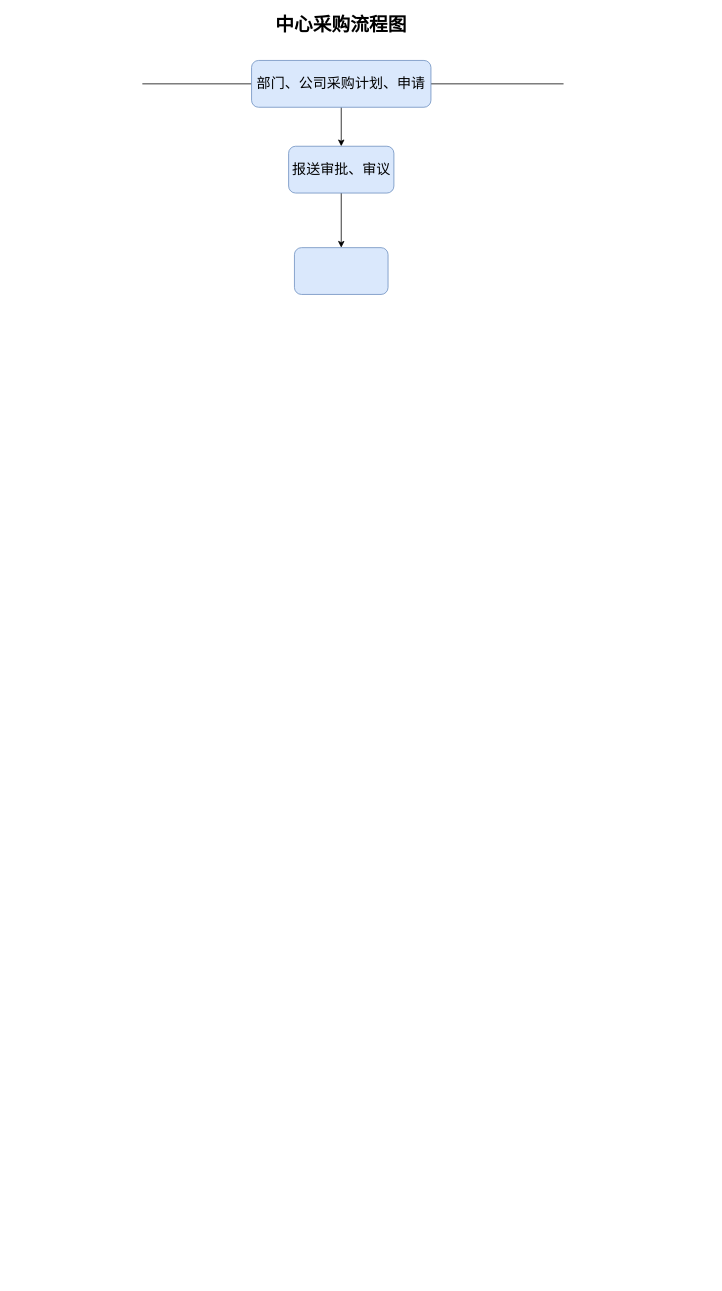
The draw.io diagram 111.drawio in redcomet88/androiddemo, before the edit. Source tidied: cells renumbered, new cells numbered last; positions are measured from the earlier drawing's top-left corner, leaving out a move shared by most shapes. Both pictures are drawn from the tidied source at 78%, with x=0, y=0 at pixel (142, 13).
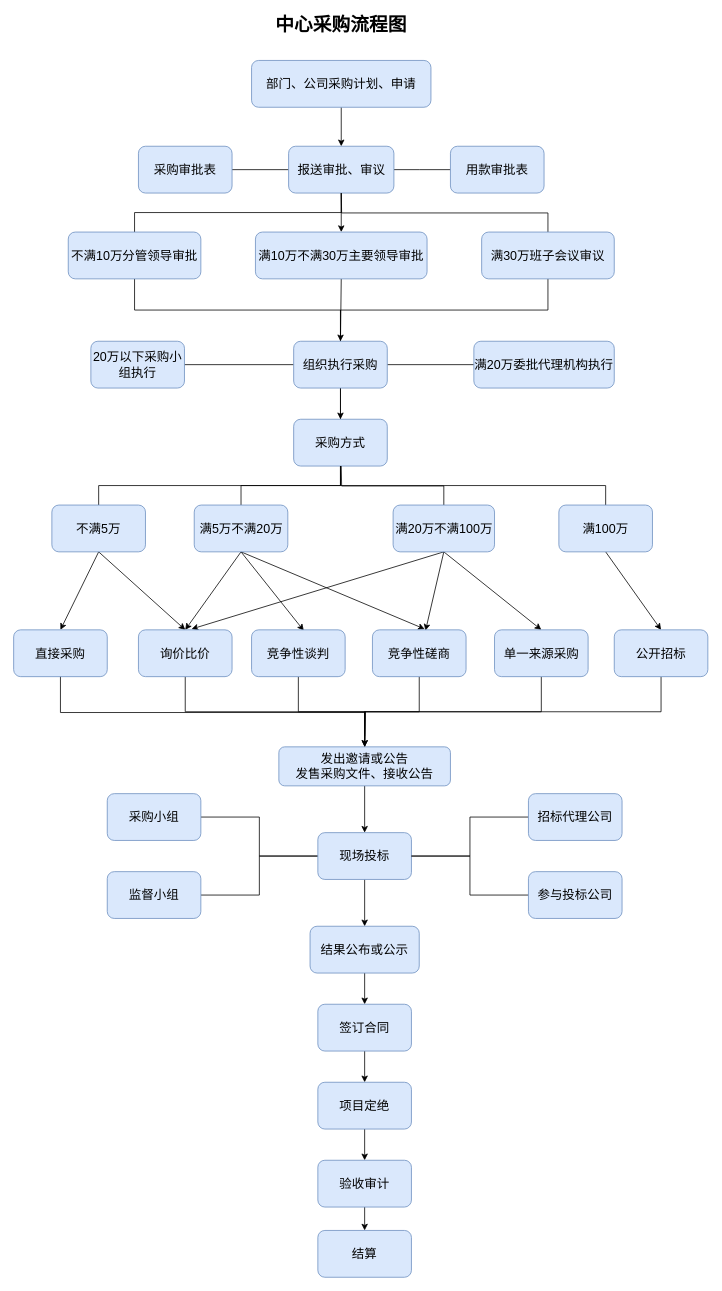
Above is the later version.

The edit, as a diff of the source:
```diff
@@
-    <mxCell id="3" style="edgeStyle=none;rounded=0;jettySize=auto;html=1;exitX=0;exitY=0.5;exitDx=0;exitDy=0;fontSize=18;endArrow=none;endFill=0;" parent="1" edge="1" source="5">
-      <mxGeometry relative="1" as="geometry">
-        <mxPoint y="90" as="targetPoint" />
-      </mxGeometry>
-    </mxCell>
-    <mxCell id="4" style="edgeStyle=none;rounded=0;jettySize=auto;html=1;exitX=1;exitY=0.5;exitDx=0;exitDy=0;fontSize=18;endArrow=none;endFill=0;" parent="1" edge="1" source="5">
-      <mxGeometry relative="1" as="geometry">
-        <mxPoint x="540" y="90" as="targetPoint" />
-      </mxGeometry>
-    </mxCell>
-    <mxCell id="5" value="&lt;font style=&quot;font-size: 18px&quot;&gt;部门、公司采购计划、申请&lt;/font&gt;" style="rounded=1;whiteSpace=wrap;html=1;fillColor=#dae8fc;strokeColor=#6c8ebf;" parent="1" vertex="1">
+    <mxCell id="5" value="&lt;font style=&quot;font-size: 16px&quot;&gt;部门、公司采购计划、申请&lt;/font&gt;" style="rounded=1;whiteSpace=wrap;html=1;fillColor=#dae8fc;strokeColor=#6c8ebf;" parent="1" vertex="1">
       <mxGeometry x="140" y="60" width="230" height="60" as="geometry" />
     </mxCell>
+    <mxCell id="10" style="edgeStyle=none;rounded=0;jettySize=auto;html=1;exitX=1;exitY=0.5;exitDx=0;exitDy=0;entryX=0;entryY=0.5;entryDx=0;entryDy=0;fontSize=18;endArrow=none;endFill=0;" parent="1" edge="1" source="7" target="14">
+      <mxGeometry relative="1" as="geometry">
+        <Array as="points">
+          <mxPoint x="355" y="200" />
+        </Array>
+      </mxGeometry>
+    </mxCell>
+    <mxCell id="11" style="edgeStyle=none;rounded=0;jettySize=auto;html=1;exitX=0;exitY=0.5;exitDx=0;exitDy=0;entryX=1;entryY=0.5;entryDx=0;entryDy=0;fontSize=18;endArrow=none;endFill=0;" parent="1" edge="1" source="7" target="13">
+      <mxGeometry relative="1" as="geometry" />
+    </mxCell>
-    <mxCell id="6" style="edgeStyle=orthogonalEdgeStyle;rounded=0;jettySize=auto;html=1;exitX=0.5;exitY=1;exitDx=0;exitDy=0;entryX=0.5;entryY=0;entryDx=0;entryDy=0;" parent="1" edge="1" source="7" target="8">
+    <mxCell id="6" style="edgeStyle=none;rounded=0;jettySize=auto;html=1;exitX=0.5;exitY=1;exitDx=0;exitDy=0;entryX=0.5;entryY=0;entryDx=0;entryDy=0;fontSize=18;endArrow=classic;endFill=1;" parent="1" edge="1" source="7" target="8">
       <mxGeometry relative="1" as="geometry" />
     </mxCell>
-    <mxCell id="7" value="&lt;font style=&quot;font-size: 18px&quot;&gt;报送审批、审议&lt;/font&gt;" style="rounded=1;whiteSpace=wrap;html=1;fillColor=#dae8fc;strokeColor=#6c8ebf;" parent="1" vertex="1">
+    <mxCell id="7" value="&lt;font style=&quot;font-size: 16px&quot;&gt;报送审批、审议&lt;/font&gt;" style="rounded=1;whiteSpace=wrap;html=1;fillColor=#dae8fc;strokeColor=#6c8ebf;" parent="1" vertex="1">
       <mxGeometry x="187.5" y="170" width="135" height="60" as="geometry" />
     </mxCell>
+    <mxCell id="12" style="edgeStyle=none;rounded=0;jettySize=auto;html=1;exitX=0.5;exitY=1;exitDx=0;exitDy=0;fontSize=16;endArrow=classic;endFill=1;entryX=0.5;entryY=0;entryDx=0;entryDy=0;" parent="1" edge="1" source="8" target="25">
+      <mxGeometry relative="1" as="geometry" />
+    </mxCell>
-    <mxCell id="8" style="rounded=1;whiteSpace=wrap;html=1;fillColor=#dae8fc;strokeColor=#6c8ebf;" parent="1" vertex="1">
-      <mxGeometry x="195" y="300" width="120" height="60" as="geometry" />
+    <mxCell id="8" value="&lt;font style=&quot;font-size: 16px&quot;&gt;满10万不满30万主要领导审批&lt;/font&gt;" style="rounded=1;whiteSpace=wrap;html=1;fillColor=#dae8fc;strokeColor=#6c8ebf;" parent="1" vertex="1">
+      <mxGeometry x="145" y="280" width="220" height="60" as="geometry" />
     </mxCell>
@@
+    <mxCell id="13" value="&lt;font style=&quot;font-size: 16px&quot;&gt;采购审批表&lt;/font&gt;" style="rounded=1;whiteSpace=wrap;html=1;fontSize=18;fillColor=#dae8fc;strokeColor=#6c8ebf;" parent="1" vertex="1">
+      <mxGeometry x="-5" y="170" width="120" height="60" as="geometry" />
+    </mxCell>
+    <mxCell id="14" value="&lt;font style=&quot;font-size: 16px&quot;&gt;用款审批表&lt;/font&gt;" style="rounded=1;whiteSpace=wrap;html=1;fontSize=18;fillColor=#dae8fc;strokeColor=#6c8ebf;" parent="1" vertex="1">
+      <mxGeometry x="395" y="170" width="120" height="60" as="geometry" />
+    </mxCell>
+    <mxCell id="15" style="edgeStyle=orthogonalEdgeStyle;rounded=0;jettySize=auto;html=1;exitX=0.5;exitY=0;exitDx=0;exitDy=0;fontSize=16;endArrow=none;endFill=0;entryX=0.5;entryY=1;entryDx=0;entryDy=0;" parent="1" edge="1" source="17" target="7">
+      <mxGeometry relative="1" as="geometry" />
+    </mxCell>
+    <mxCell id="16" style="edgeStyle=orthogonalEdgeStyle;rounded=0;jettySize=auto;html=1;exitX=0.5;exitY=1;exitDx=0;exitDy=0;fontSize=16;endArrow=none;endFill=0;entryX=0.5;entryY=0;entryDx=0;entryDy=0;" parent="1" edge="1" source="17" target="25">
+      <mxGeometry relative="1" as="geometry" />
+    </mxCell>
+    <mxCell id="17" value="不满10万分管领导审批" style="rounded=1;whiteSpace=wrap;html=1;fontSize=16;fillColor=#dae8fc;strokeColor=#6c8ebf;" parent="1" vertex="1">
+      <mxGeometry x="-95" y="280" width="170" height="60" as="geometry" />
+    </mxCell>
+    <mxCell id="18" style="edgeStyle=orthogonalEdgeStyle;rounded=0;jettySize=auto;html=1;exitX=0.5;exitY=0;exitDx=0;exitDy=0;fontSize=16;endArrow=none;endFill=0;" parent="1" edge="1" source="20">
+      <mxGeometry relative="1" as="geometry">
+        <mxPoint x="255" y="230" as="targetPoint" />
+      </mxGeometry>
+    </mxCell>
+    <mxCell id="19" style="edgeStyle=orthogonalEdgeStyle;rounded=0;jettySize=auto;html=1;exitX=0.5;exitY=1;exitDx=0;exitDy=0;fontSize=16;endArrow=none;endFill=0;entryX=0.5;entryY=0;entryDx=0;entryDy=0;" parent="1" edge="1" source="20" target="25">
+      <mxGeometry relative="1" as="geometry" />
+    </mxCell>
+    <mxCell id="20" value="满30万班子会议审议" style="rounded=1;whiteSpace=wrap;html=1;fontSize=16;fillColor=#dae8fc;strokeColor=#6c8ebf;" parent="1" vertex="1">
+      <mxGeometry x="435" y="280" width="170" height="60" as="geometry" />
+    </mxCell>
+    <mxCell id="21" style="edgeStyle=none;rounded=0;jettySize=auto;html=1;exitX=0;exitY=0.5;exitDx=0;exitDy=0;entryX=1;entryY=0.5;entryDx=0;entryDy=0;fontSize=16;endArrow=none;endFill=0;" parent="1" edge="1" source="25" target="26">
+      <mxGeometry relative="1" as="geometry" />
+    </mxCell>
+    <mxCell id="22" style="edgeStyle=none;rounded=0;jettySize=auto;html=1;exitX=1;exitY=0.5;exitDx=0;exitDy=0;entryX=0;entryY=0.5;entryDx=0;entryDy=0;fontSize=16;endArrow=none;endFill=0;" parent="1" edge="1" source="25" target="27">
+      <mxGeometry relative="1" as="geometry" />
+    </mxCell>
+    <mxCell id="23" style="edgeStyle=none;rounded=0;jettySize=auto;html=1;exitX=0.5;exitY=1;exitDx=0;exitDy=0;fontSize=16;endArrow=none;endFill=0;" parent="1" edge="1" source="25" target="28">
+      <mxGeometry relative="1" as="geometry" />
+    </mxCell>
+    <mxCell id="24" style="edgeStyle=orthogonalEdgeStyle;rounded=0;jettySize=auto;html=1;fontSize=16;endArrow=classic;endFill=1;" parent="1" edge="1" source="25" target="28">
+      <mxGeometry relative="1" as="geometry" />
+    </mxCell>
+    <mxCell id="25" value="组织执行采购" style="rounded=1;whiteSpace=wrap;html=1;fontSize=16;fillColor=#dae8fc;strokeColor=#6c8ebf;" parent="1" vertex="1">
+      <mxGeometry x="194" y="420" width="120" height="60" as="geometry" />
+    </mxCell>
+    <mxCell id="26" value="20万以下采购小组执行" style="rounded=1;whiteSpace=wrap;html=1;fontSize=16;fillColor=#dae8fc;strokeColor=#6c8ebf;" parent="1" vertex="1">
+      <mxGeometry x="-66" y="420" width="120" height="60" as="geometry" />
+    </mxCell>
+    <mxCell id="27" value="满20万委批代理机构执行" style="rounded=1;whiteSpace=wrap;html=1;fontSize=16;fillColor=#dae8fc;strokeColor=#6c8ebf;" parent="1" vertex="1">
+      <mxGeometry x="425" y="420" width="180" height="60" as="geometry" />
+    </mxCell>
+    <mxCell id="28" value="采购方式" style="rounded=1;whiteSpace=wrap;html=1;fontSize=16;fillColor=#dae8fc;strokeColor=#6c8ebf;" parent="1" vertex="1">
+      <mxGeometry x="194" y="520" width="120" height="60" as="geometry" />
+    </mxCell>
+    <mxCell id="29" style="edgeStyle=orthogonalEdgeStyle;rounded=0;jettySize=auto;html=1;exitX=0.5;exitY=0;exitDx=0;exitDy=0;fontSize=16;endArrow=none;endFill=0;entryX=0.5;entryY=1;entryDx=0;entryDy=0;" parent="1" edge="1" source="32" target="28">
+      <mxGeometry relative="1" as="geometry" />
+    </mxCell>
+    <mxCell id="30" style="edgeStyle=none;rounded=0;jettySize=auto;html=1;exitX=0.5;exitY=1;exitDx=0;exitDy=0;entryX=0.5;entryY=0;entryDx=0;entryDy=0;fontSize=16;endArrow=classic;endFill=1;" parent="1" edge="1" source="32" target="48">
+      <mxGeometry relative="1" as="geometry" />
+    </mxCell>
+    <mxCell id="31" style="edgeStyle=none;rounded=0;jettySize=auto;html=1;exitX=0.5;exitY=1;exitDx=0;exitDy=0;entryX=0.5;entryY=0;entryDx=0;entryDy=0;fontSize=16;endArrow=classic;endFill=1;" parent="1" edge="1" source="32" target="50">
+      <mxGeometry relative="1" as="geometry" />
+    </mxCell>
+    <mxCell id="32" value="不满5万" style="rounded=1;whiteSpace=wrap;html=1;fontSize=16;fillColor=#dae8fc;strokeColor=#6c8ebf;" parent="1" vertex="1">
+      <mxGeometry x="-116" y="630" width="120" height="60" as="geometry" />
+    </mxCell>
+    <mxCell id="33" style="edgeStyle=orthogonalEdgeStyle;rounded=0;jettySize=auto;html=1;exitX=0.5;exitY=0;exitDx=0;exitDy=0;fontSize=16;endArrow=none;endFill=0;entryX=0.5;entryY=1;entryDx=0;entryDy=0;" parent="1" edge="1" source="37" target="28">
+      <mxGeometry relative="1" as="geometry" />
+    </mxCell>
+    <mxCell id="34" style="edgeStyle=none;rounded=0;jettySize=auto;html=1;exitX=0.5;exitY=1;exitDx=0;exitDy=0;entryX=0.5;entryY=0;entryDx=0;entryDy=0;fontSize=16;endArrow=classic;endFill=1;" parent="1" edge="1" source="37" target="50">
+      <mxGeometry relative="1" as="geometry" />
+    </mxCell>
+    <mxCell id="35" style="edgeStyle=none;rounded=0;jettySize=auto;html=1;exitX=0.5;exitY=1;exitDx=0;exitDy=0;entryX=0.558;entryY=0.017;entryDx=0;entryDy=0;entryPerimeter=0;fontSize=16;endArrow=classic;endFill=1;" parent="1" edge="1" source="37" target="52">
+      <mxGeometry relative="1" as="geometry" />
+    </mxCell>
+    <mxCell id="36" style="edgeStyle=none;rounded=0;jettySize=auto;html=1;exitX=0.5;exitY=1;exitDx=0;exitDy=0;entryX=0.558;entryY=-0.017;entryDx=0;entryDy=0;entryPerimeter=0;fontSize=16;endArrow=classic;endFill=1;" parent="1" edge="1" source="37" target="54">
+      <mxGeometry relative="1" as="geometry" />
+    </mxCell>
+    <mxCell id="37" value="满5万不满20万" style="rounded=1;whiteSpace=wrap;html=1;fontSize=16;fillColor=#dae8fc;strokeColor=#6c8ebf;" parent="1" vertex="1">
+      <mxGeometry x="66.5" y="630" width="120" height="60" as="geometry" />
+    </mxCell>
+    <mxCell id="38" style="edgeStyle=orthogonalEdgeStyle;rounded=0;jettySize=auto;html=1;exitX=0.5;exitY=0;exitDx=0;exitDy=0;fontSize=16;endArrow=none;endFill=0;" parent="1" edge="1" source="42">
+      <mxGeometry relative="1" as="geometry">
+        <mxPoint x="255" y="580" as="targetPoint" />
+      </mxGeometry>
+    </mxCell>
+    <mxCell id="39" style="edgeStyle=none;rounded=0;jettySize=auto;html=1;exitX=0.5;exitY=1;exitDx=0;exitDy=0;entryX=0.567;entryY=-0.017;entryDx=0;entryDy=0;fontSize=16;endArrow=classic;endFill=1;entryPerimeter=0;" parent="1" edge="1" source="42" target="50">
+      <mxGeometry relative="1" as="geometry" />
+    </mxCell>
+    <mxCell id="40" style="edgeStyle=none;rounded=0;jettySize=auto;html=1;exitX=0.5;exitY=1;exitDx=0;exitDy=0;entryX=0.567;entryY=0.017;entryDx=0;entryDy=0;fontSize=16;endArrow=classic;endFill=1;entryPerimeter=0;" parent="1" edge="1" source="42" target="54">
+      <mxGeometry relative="1" as="geometry" />
+    </mxCell>
+    <mxCell id="41" style="edgeStyle=none;rounded=0;jettySize=auto;html=1;exitX=0.5;exitY=1;exitDx=0;exitDy=0;entryX=0.5;entryY=0;entryDx=0;entryDy=0;fontSize=16;endArrow=classic;endFill=1;" parent="1" edge="1" source="42" target="56">
+      <mxGeometry relative="1" as="geometry" />
+    </mxCell>
+    <mxCell id="42" value="满20万不满100万" style="rounded=1;whiteSpace=wrap;html=1;fontSize=16;fillColor=#dae8fc;strokeColor=#6c8ebf;" parent="1" vertex="1">
+      <mxGeometry x="321.5" y="630" width="130" height="60" as="geometry" />
+    </mxCell>
+    <mxCell id="43" style="edgeStyle=orthogonalEdgeStyle;rounded=0;jettySize=auto;html=1;exitX=0.5;exitY=0;exitDx=0;exitDy=0;fontSize=16;endArrow=none;endFill=0;entryX=0.5;entryY=1;entryDx=0;entryDy=0;" parent="1" edge="1" source="45" target="28">
+      <mxGeometry relative="1" as="geometry" />
+    </mxCell>
+    <mxCell id="44" style="edgeStyle=none;rounded=0;jettySize=auto;html=1;exitX=0.5;exitY=1;exitDx=0;exitDy=0;entryX=0.5;entryY=0;entryDx=0;entryDy=0;fontSize=16;endArrow=classic;endFill=1;" parent="1" edge="1" source="45" target="58">
+      <mxGeometry relative="1" as="geometry" />
+    </mxCell>
+    <mxCell id="45" value="满100万" style="rounded=1;whiteSpace=wrap;html=1;fontSize=16;fillColor=#dae8fc;strokeColor=#6c8ebf;" parent="1" vertex="1">
+      <mxGeometry x="534" y="630" width="120" height="60" as="geometry" />
+    </mxCell>
+    <mxCell id="46" style="edgeStyle=none;rounded=0;orthogonalLoop=1;jettySize=auto;html=1;exitX=1;exitY=0.5;exitDx=0;exitDy=0;fontSize=16;endArrow=none;endFill=0;" parent="1" edge="1" source="45" target="45">
+      <mxGeometry relative="1" as="geometry" />
+    </mxCell>
+    <mxCell id="47" style="edgeStyle=orthogonalEdgeStyle;rounded=0;orthogonalLoop=1;jettySize=auto;html=1;exitX=0.5;exitY=1;exitDx=0;exitDy=0;fontSize=16;endArrow=none;endFill=0;" parent="1" edge="1">
+      <mxGeometry relative="1" as="geometry">
+        <mxPoint x="-105" y="846" as="sourcePoint" />
+        <mxPoint x="285" y="926" as="targetPoint" />
+        <Array as="points">
+          <mxPoint x="-105" y="896" />
+          <mxPoint x="285" y="896" />
+        </Array>
+      </mxGeometry>
+    </mxCell>
+    <mxCell id="48" value="直接采购" style="rounded=1;whiteSpace=wrap;html=1;fontSize=16;fillColor=#dae8fc;strokeColor=#6c8ebf;" parent="1" vertex="1">
+      <mxGeometry x="-165" y="790" width="120" height="60" as="geometry" />
+    </mxCell>
+    <mxCell id="49" style="rounded=0;jettySize=auto;html=1;exitX=0.5;exitY=1;exitDx=0;exitDy=0;fontSize=16;endArrow=classic;endFill=1;edgeStyle=orthogonalEdgeStyle;" parent="1" edge="1" source="50">
+      <mxGeometry relative="1" as="geometry">
+        <mxPoint x="285" y="940" as="targetPoint" />
+      </mxGeometry>
+    </mxCell>
+    <mxCell id="50" value="询价比价" style="rounded=1;whiteSpace=wrap;html=1;fontSize=16;fillColor=#dae8fc;strokeColor=#6c8ebf;" parent="1" vertex="1">
+      <mxGeometry x="-5" y="790" width="120" height="60" as="geometry" />
+    </mxCell>
+    <mxCell id="51" style="edgeStyle=orthogonalEdgeStyle;rounded=0;jettySize=auto;html=1;exitX=0.5;exitY=1;exitDx=0;exitDy=0;fontSize=16;endArrow=classic;endFill=1;" parent="1" edge="1" source="52">
+      <mxGeometry relative="1" as="geometry">
+        <mxPoint x="285" y="940" as="targetPoint" />
+      </mxGeometry>
+    </mxCell>
+    <mxCell id="52" value="竞争性谈判" style="rounded=1;whiteSpace=wrap;html=1;fontSize=16;fillColor=#dae8fc;strokeColor=#6c8ebf;" parent="1" vertex="1">
+      <mxGeometry x="140" y="790" width="120" height="60" as="geometry" />
+    </mxCell>
+    <mxCell id="53" style="edgeStyle=orthogonalEdgeStyle;rounded=0;jettySize=auto;html=1;exitX=0.5;exitY=1;exitDx=0;exitDy=0;fontSize=16;endArrow=none;endFill=0;" parent="1" edge="1" source="54">
+      <mxGeometry relative="1" as="geometry">
+        <mxPoint x="285" y="940" as="targetPoint" />
+      </mxGeometry>
+    </mxCell>
+    <mxCell id="54" value="竞争性磋商" style="rounded=1;whiteSpace=wrap;html=1;fontSize=16;fillColor=#dae8fc;strokeColor=#6c8ebf;" parent="1" vertex="1">
+      <mxGeometry x="295" y="790" width="120" height="60" as="geometry" />
+    </mxCell>
+    <mxCell id="55" style="edgeStyle=orthogonalEdgeStyle;rounded=0;jettySize=auto;html=1;exitX=0.5;exitY=1;exitDx=0;exitDy=0;fontSize=16;endArrow=none;endFill=0;entryX=0.5;entryY=0;entryDx=0;entryDy=0;" parent="1" edge="1" source="56" target="60">
+      <mxGeometry relative="1" as="geometry" />
+    </mxCell>
+    <mxCell id="56" value="单一来源采购" style="rounded=1;whiteSpace=wrap;html=1;fontSize=16;fillColor=#dae8fc;strokeColor=#6c8ebf;" parent="1" vertex="1">
+      <mxGeometry x="451.5" y="790" width="120" height="60" as="geometry" />
+    </mxCell>
+    <mxCell id="57" style="edgeStyle=orthogonalEdgeStyle;rounded=0;jettySize=auto;html=1;exitX=0.5;exitY=1;exitDx=0;exitDy=0;fontSize=16;endArrow=none;endFill=0;strokeWidth=1;" parent="1" edge="1" source="58">
+      <mxGeometry relative="1" as="geometry">
+        <mxPoint x="285" y="940" as="targetPoint" />
+      </mxGeometry>
+    </mxCell>
+    <mxCell id="58" value="公开招标" style="rounded=1;whiteSpace=wrap;html=1;fontSize=16;fillColor=#dae8fc;strokeColor=#6c8ebf;" parent="1" vertex="1">
+      <mxGeometry x="605" y="790" width="120" height="60" as="geometry" />
+    </mxCell>
+    <mxCell id="59" style="edgeStyle=none;rounded=0;jettySize=auto;html=1;exitX=0.5;exitY=1;exitDx=0;exitDy=0;entryX=0.5;entryY=0;entryDx=0;entryDy=0;fontSize=16;endArrow=classic;endFill=1;" parent="1" edge="1" source="60" target="66">
+      <mxGeometry relative="1" as="geometry" />
+    </mxCell>
+    <mxCell id="60" value="发出邀请或公告&lt;br&gt;发售采购文件、接收公告" style="rounded=1;whiteSpace=wrap;html=1;fontSize=16;fillColor=#dae8fc;strokeColor=#6c8ebf;" parent="1" vertex="1">
+      <mxGeometry x="175" y="940" width="220" height="50" as="geometry" />
+    </mxCell>
+    <mxCell id="61" style="edgeStyle=orthogonalEdgeStyle;rounded=0;jettySize=auto;html=1;exitX=1;exitY=0.5;exitDx=0;exitDy=0;fontSize=16;endArrow=none;endFill=0;entryX=0;entryY=0.5;entryDx=0;entryDy=0;" parent="1" edge="1" source="62" target="66">
+      <mxGeometry relative="1" as="geometry" />
+    </mxCell>
+    <mxCell id="62" value="采购小组" style="rounded=1;whiteSpace=wrap;html=1;fontSize=16;fillColor=#dae8fc;strokeColor=#6c8ebf;" parent="1" vertex="1">
+      <mxGeometry x="-45" y="1000" width="120" height="60" as="geometry" />
+    </mxCell>
+    <mxCell id="63" style="edgeStyle=orthogonalEdgeStyle;rounded=0;jettySize=auto;html=1;exitX=1;exitY=0.5;exitDx=0;exitDy=0;fontSize=16;endArrow=none;endFill=0;entryX=0;entryY=0.5;entryDx=0;entryDy=0;" parent="1" edge="1" source="64" target="66">
+      <mxGeometry relative="1" as="geometry" />
+    </mxCell>
+    <mxCell id="64" value="监督小组" style="rounded=1;whiteSpace=wrap;html=1;fontSize=16;fillColor=#dae8fc;strokeColor=#6c8ebf;" parent="1" vertex="1">
+      <mxGeometry x="-45" y="1100" width="120" height="60" as="geometry" />
+    </mxCell>
+    <mxCell id="65" style="edgeStyle=none;rounded=0;jettySize=auto;html=1;exitX=0.5;exitY=1;exitDx=0;exitDy=0;fontSize=16;endArrow=classic;endFill=1;entryX=0.5;entryY=0;entryDx=0;entryDy=0;" parent="1" edge="1" source="66" target="72">
+      <mxGeometry relative="1" as="geometry" />
+    </mxCell>
+    <mxCell id="66" value="现场投标" style="rounded=1;whiteSpace=wrap;html=1;fontSize=16;fillColor=#dae8fc;strokeColor=#6c8ebf;" parent="1" vertex="1">
+      <mxGeometry x="225" y="1050" width="120" height="60" as="geometry" />
+    </mxCell>
+    <mxCell id="67" style="edgeStyle=orthogonalEdgeStyle;rounded=0;jettySize=auto;html=1;exitX=0;exitY=0.5;exitDx=0;exitDy=0;fontSize=16;endArrow=none;endFill=0;entryX=1;entryY=0.5;entryDx=0;entryDy=0;" parent="1" edge="1" source="68" target="66">
+      <mxGeometry relative="1" as="geometry" />
+    </mxCell>
+    <mxCell id="68" value="招标代理公司" style="rounded=1;whiteSpace=wrap;html=1;fontSize=16;fillColor=#dae8fc;strokeColor=#6c8ebf;" parent="1" vertex="1">
+      <mxGeometry x="495" y="1000" width="120" height="60" as="geometry" />
+    </mxCell>
+    <mxCell id="69" style="edgeStyle=orthogonalEdgeStyle;rounded=0;jettySize=auto;html=1;exitX=0;exitY=0.5;exitDx=0;exitDy=0;fontSize=16;endArrow=none;endFill=0;entryX=1;entryY=0.5;entryDx=0;entryDy=0;" parent="1" edge="1" source="70" target="66">
+      <mxGeometry relative="1" as="geometry" />
+    </mxCell>
+    <mxCell id="70" value="参与投标公司" style="rounded=1;whiteSpace=wrap;html=1;fontSize=16;fillColor=#dae8fc;strokeColor=#6c8ebf;" parent="1" vertex="1">
+      <mxGeometry x="495" y="1100" width="120" height="60" as="geometry" />
+    </mxCell>
+    <mxCell id="71" style="edgeStyle=none;rounded=0;jettySize=auto;html=1;exitX=0.5;exitY=1;exitDx=0;exitDy=0;fontSize=16;endArrow=classic;endFill=1;" parent="1" edge="1" source="72">
+      <mxGeometry relative="1" as="geometry">
+        <mxPoint x="285" y="1270" as="targetPoint" />
+      </mxGeometry>
+    </mxCell>
+    <mxCell id="72" value="结果公布或公示" style="rounded=1;whiteSpace=wrap;html=1;fontSize=16;fillColor=#dae8fc;strokeColor=#6c8ebf;" parent="1" vertex="1">
+      <mxGeometry x="215" y="1170" width="140" height="60" as="geometry" />
+    </mxCell>
+    <mxCell id="73" style="edgeStyle=none;rounded=0;jettySize=auto;html=1;exitX=0.5;exitY=1;exitDx=0;exitDy=0;fontSize=16;endArrow=classic;endFill=1;" parent="1" edge="1" source="74">
+      <mxGeometry relative="1" as="geometry">
+        <mxPoint x="285" y="1370" as="targetPoint" />
+      </mxGeometry>
+    </mxCell>
+    <mxCell id="74" value="签订合同" style="rounded=1;whiteSpace=wrap;html=1;fontSize=16;fillColor=#dae8fc;strokeColor=#6c8ebf;" parent="1" vertex="1">
+      <mxGeometry x="225" y="1270" width="120" height="60" as="geometry" />
+    </mxCell>
+    <mxCell id="75" style="edgeStyle=none;rounded=0;jettySize=auto;html=1;exitX=0.5;exitY=1;exitDx=0;exitDy=0;fontSize=16;endArrow=classic;endFill=1;" parent="1" edge="1" source="76">
+      <mxGeometry relative="1" as="geometry">
+        <mxPoint x="285" y="1470" as="targetPoint" />
+      </mxGeometry>
+    </mxCell>
+    <mxCell id="76" value="项目定绝" style="rounded=1;whiteSpace=wrap;html=1;fontSize=16;fillColor=#dae8fc;strokeColor=#6c8ebf;" parent="1" vertex="1">
+      <mxGeometry x="225" y="1370" width="120" height="60" as="geometry" />
+    </mxCell>
+    <mxCell id="77" style="edgeStyle=none;rounded=0;jettySize=auto;html=1;exitX=0.5;exitY=1;exitDx=0;exitDy=0;fontSize=16;endArrow=classic;endFill=1;" parent="1" edge="1" source="78">
+      <mxGeometry relative="1" as="geometry">
+        <mxPoint x="285" y="1560" as="targetPoint" />
+      </mxGeometry>
+    </mxCell>
+    <mxCell id="78" value="验收审计" style="rounded=1;whiteSpace=wrap;html=1;fontSize=16;fillColor=#dae8fc;strokeColor=#6c8ebf;" parent="1" vertex="1">
+      <mxGeometry x="225" y="1470" width="120" height="60" as="geometry" />
+    </mxCell>
+    <mxCell id="79" value="结算" style="rounded=1;whiteSpace=wrap;html=1;fontSize=16;fillColor=#dae8fc;strokeColor=#6c8ebf;" parent="1" vertex="1">
+      <mxGeometry x="225" y="1560" width="120" height="60" as="geometry" />
+    </mxCell>
```
